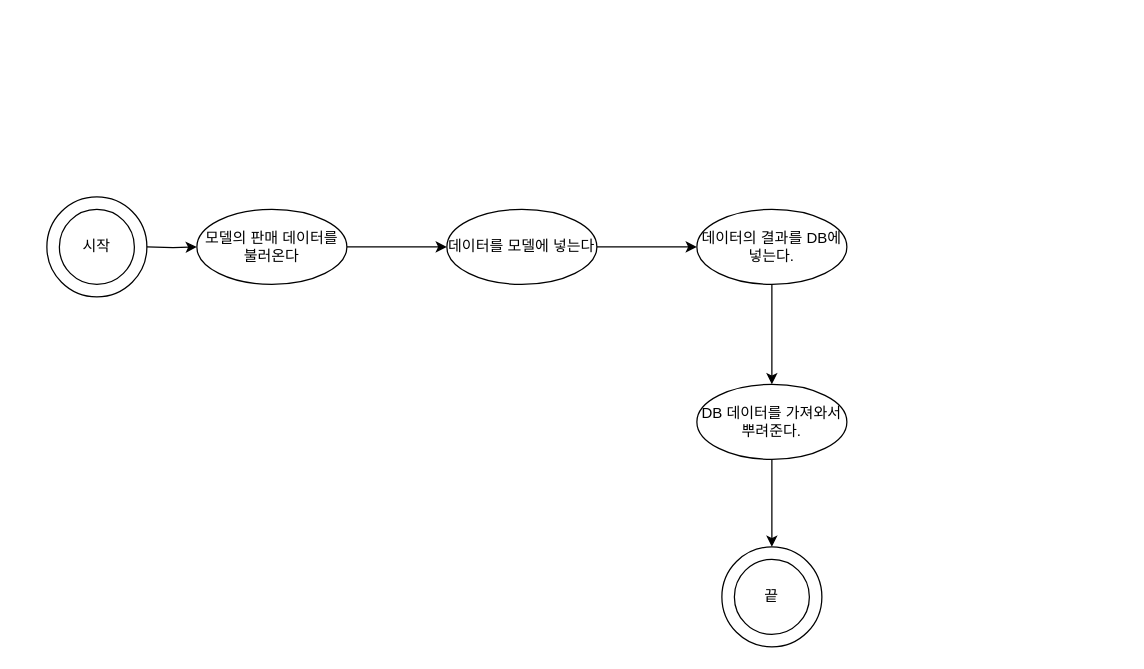
Earlier version of the draw.io diagram flowchart/수요예측.drawio (hermes7144/practiceJS). Source tidied: cells renumbered, new cells numbered last; positions are measured from the earlier drawing's top-left corner, leaving out a move shared by most shapes. Both pictures are drawn from the tidied source at 125%, with x=0, y=0 at pixel (46, 196).
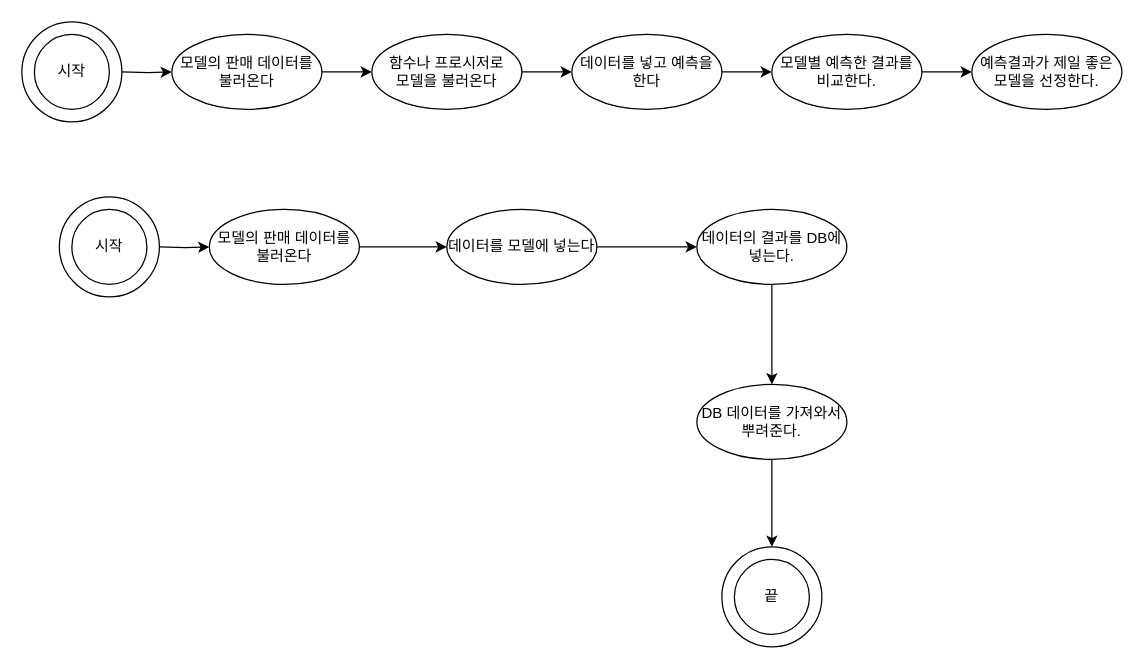
The same diagram, later.

Unchanged cells that the change refers to:
```xml
<mxCell id="8" value="데이터를 모델에 넣는다" style="ellipse;whiteSpace=wrap;html=1;" parent="1" vertex="1">
  <mxGeometry x="320" y="10" width="120" height="60" as="geometry" />
</mxCell>
```

Change to the diagram source:
```diff
@@
     <mxCell id="2" style="ellipse;whiteSpace=wrap;html=1;" parent="1" vertex="1">
-      <mxGeometry width="80" height="80" as="geometry" />
+      <mxGeometry x="-20" y="-140" width="80" height="80" as="geometry" />
     </mxCell>
     <mxCell id="3" style="edgeStyle=orthogonalEdgeStyle;rounded=0;jettySize=auto;html=1;" parent="1" edge="1" target="6">
       <mxGeometry relative="1" as="geometry">
-        <mxPoint x="80" y="40" as="sourcePoint" />
+        <mxPoint x="60" y="-100" as="sourcePoint" />
       </mxGeometry>
     </mxCell>
     <mxCell id="4" value="시작" style="ellipse;whiteSpace=wrap;html=1;" parent="1" vertex="1">
-      <mxGeometry x="10" y="10" width="60" height="60" as="geometry" />
+      <mxGeometry x="-10" y="-130" width="60" height="60" as="geometry" />
     </mxCell>
-    <mxCell id="5" style="edgeStyle=orthogonalEdgeStyle;rounded=0;jettySize=auto;html=1;" parent="1" edge="1" source="6" target="8">
-      <mxGeometry relative="1" as="geometry" />
-    </mxCell>
+    <mxCell id="15" style="edgeStyle=orthogonalEdgeStyle;rounded=0;jettySize=auto;html=1;" parent="1" edge="1" source="6" target="17">
+      <mxGeometry relative="1" as="geometry" />
+    </mxCell>
     <mxCell id="6" value="모델의 판매 데이터를&lt;br&gt;불러온다" style="ellipse;whiteSpace=wrap;html=1;" parent="1" vertex="1">
-      <mxGeometry x="120" y="10" width="120" height="60" as="geometry" />
+      <mxGeometry x="100" y="-130" width="120" height="60" as="geometry" />
     </mxCell>
@@
+    <mxCell id="16" style="edgeStyle=orthogonalEdgeStyle;rounded=0;jettySize=auto;html=1;" parent="1" edge="1" source="17" target="19">
+      <mxGeometry relative="1" as="geometry" />
+    </mxCell>
+    <mxCell id="17" value="함수나 프로시저로&lt;br&gt;모델을 불러온다" style="ellipse;whiteSpace=wrap;html=1;" parent="1" vertex="1">
+      <mxGeometry x="260" y="-130" width="120" height="60" as="geometry" />
+    </mxCell>
+    <mxCell id="18" style="edgeStyle=orthogonalEdgeStyle;rounded=0;jettySize=auto;html=1;" parent="1" edge="1" source="19" target="21">
+      <mxGeometry relative="1" as="geometry" />
+    </mxCell>
+    <mxCell id="19" value="데이터를 넣고 예측을 한다" style="ellipse;whiteSpace=wrap;html=1;" parent="1" vertex="1">
+      <mxGeometry x="420" y="-130" width="120" height="60" as="geometry" />
+    </mxCell>
+    <mxCell id="20" style="edgeStyle=orthogonalEdgeStyle;rounded=0;jettySize=auto;html=1;" parent="1" edge="1" source="21" target="22">
+      <mxGeometry relative="1" as="geometry" />
+    </mxCell>
+    <mxCell id="21" value="모델별 예측한 결과를 비교한다." style="ellipse;whiteSpace=wrap;html=1;" parent="1" vertex="1">
+      <mxGeometry x="580" y="-130" width="120" height="60" as="geometry" />
+    </mxCell>
+    <mxCell id="22" value="예측결과가 제일 좋은 모델을 선정한다." style="ellipse;whiteSpace=wrap;html=1;" parent="1" vertex="1">
+      <mxGeometry x="740" y="-130" width="120" height="60" as="geometry" />
+    </mxCell>
+    <mxCell id="23" style="ellipse;whiteSpace=wrap;html=1;" parent="1" vertex="1">
+      <mxGeometry x="10" width="80" height="80" as="geometry" />
+    </mxCell>
+    <mxCell id="24" style="edgeStyle=orthogonalEdgeStyle;rounded=0;jettySize=auto;html=1;" parent="1" edge="1" target="27">
+      <mxGeometry relative="1" as="geometry">
+        <mxPoint x="90" y="40" as="sourcePoint" />
+      </mxGeometry>
+    </mxCell>
+    <mxCell id="25" value="시작" style="ellipse;whiteSpace=wrap;html=1;" parent="1" vertex="1">
+      <mxGeometry x="20" y="10" width="60" height="60" as="geometry" />
+    </mxCell>
+    <mxCell id="26" style="edgeStyle=orthogonalEdgeStyle;rounded=0;jettySize=auto;html=1;" parent="1" edge="1" source="27" target="8">
+      <mxGeometry relative="1" as="geometry" />
+    </mxCell>
+    <mxCell id="27" value="모델의 판매 데이터를&lt;br&gt;불러온다" style="ellipse;whiteSpace=wrap;html=1;" parent="1" vertex="1">
+      <mxGeometry x="130" y="10" width="120" height="60" as="geometry" />
+    </mxCell>
```
